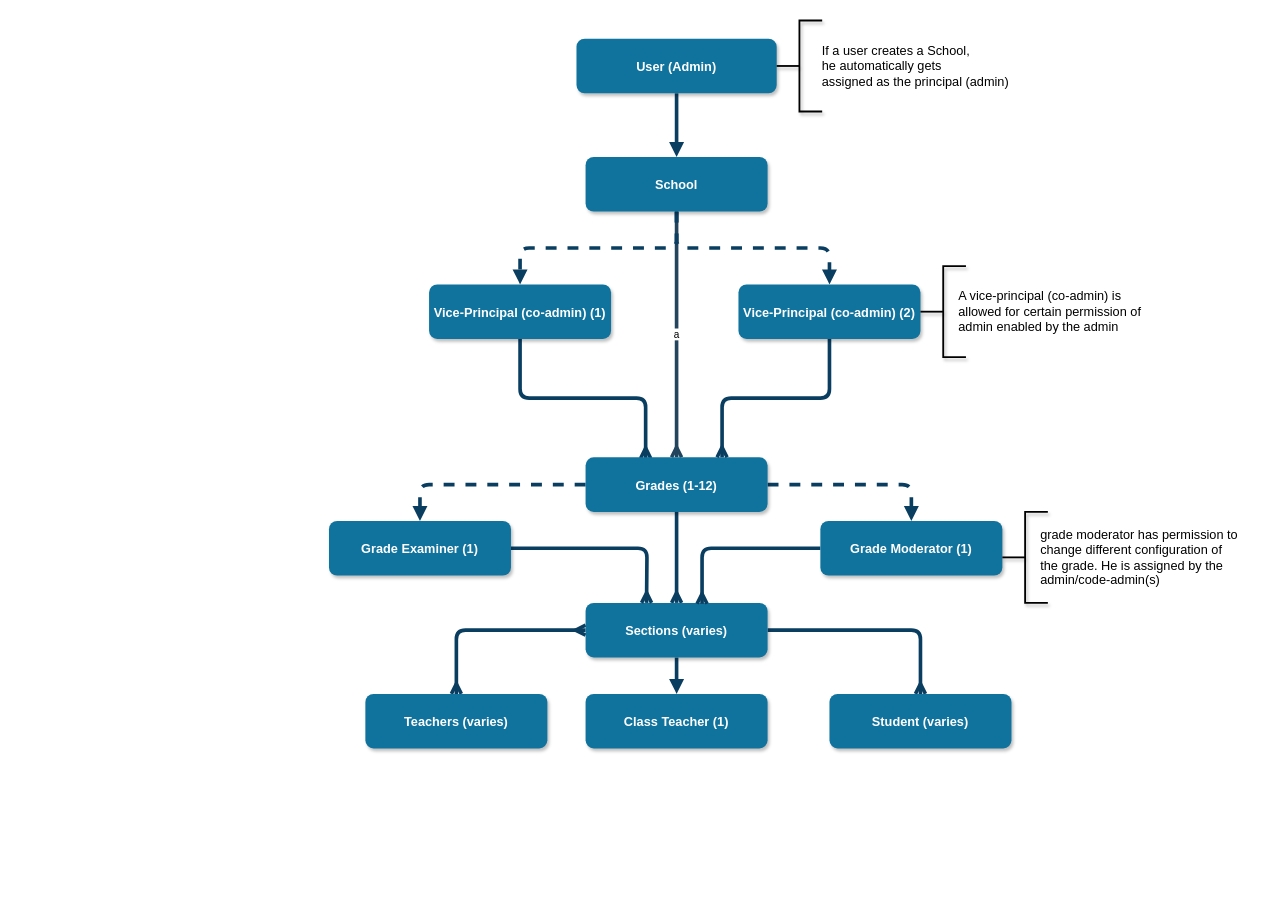
The draw.io diagram veschool-relation-flow.drawio in KRTirtho/veschool-diagrams, before the edit. Source tidied: cells renumbered, new cells numbered last; positions are measured from the earlier drawing's top-left corner, leaving out a move shared by most shapes. Both pictures are drawn from the tidied source at 91%, with x=0, y=0 at pixel (329, 20).
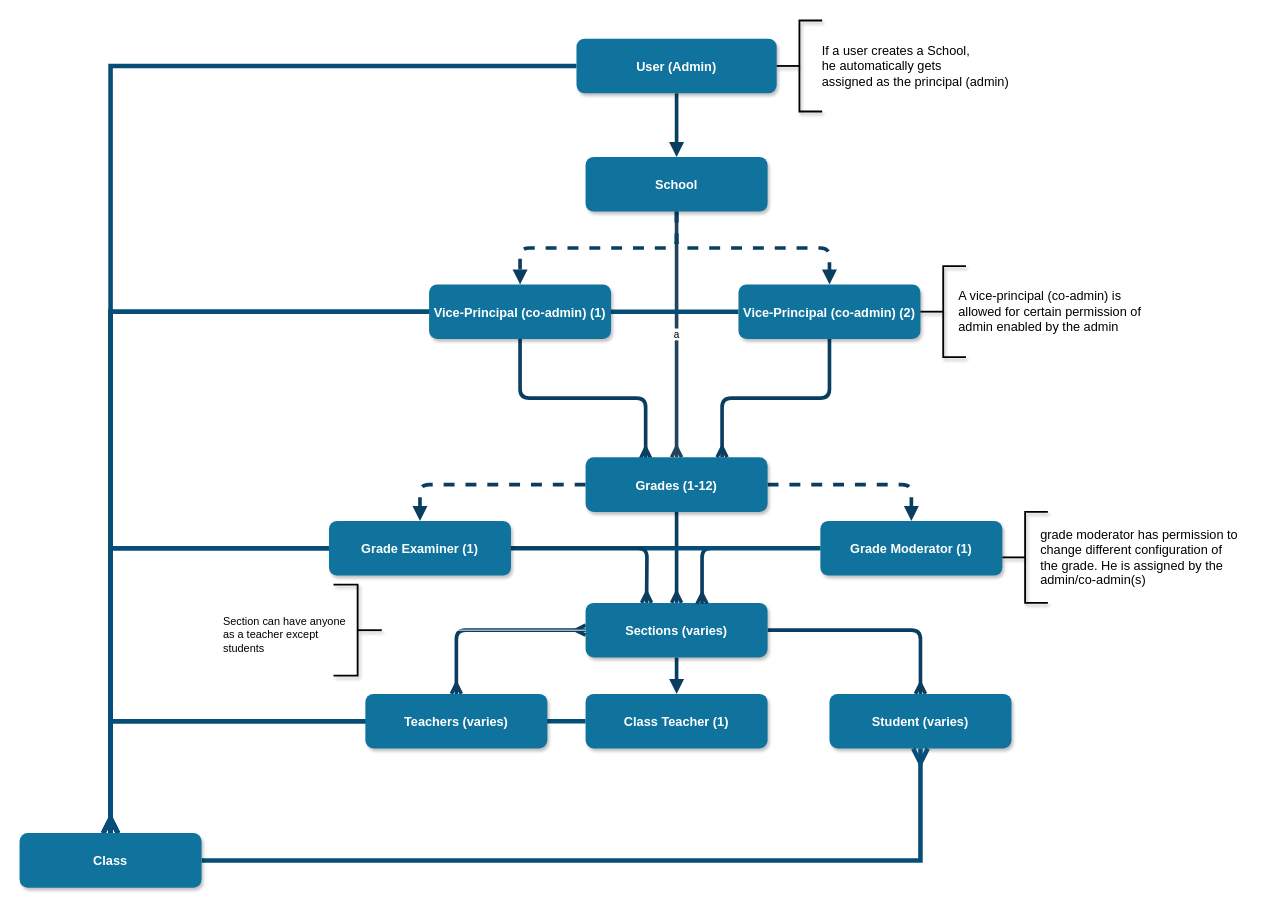
The same diagram, later.

Unchanged cells that the change refers to:
```xml
<mxCell id="7" value="User (Admin)" style="rounded=1;fillColor=#10739E;strokeColor=none;shadow=1;gradientColor=none;fontStyle=1;fontColor=#FFFFFF;fontSize=14;" parent="1" vertex="1">
  <mxGeometry x="272" y="20" width="220" height="60" as="geometry" />
</mxCell>
<mxCell id="17" value="Sections (varies)" style="rounded=1;fillColor=#10739E;strokeColor=none;shadow=1;gradientColor=none;fontStyle=1;fontColor=#FFFFFF;fontSize=14;" parent="1" vertex="1">
  <mxGeometry x="282" y="640" width="200" height="60" as="geometry" />
</mxCell>
<mxCell id="19" value="Grade Moderator (1)" style="rounded=1;fillColor=#10739E;strokeColor=none;shadow=1;gradientColor=none;fontStyle=1;fontColor=#FFFFFF;fontSize=14;" parent="1" vertex="1">
  <mxGeometry x="540" y="550" width="200" height="60" as="geometry" />
</mxCell>
<mxCell id="20" value="Class Teacher (1)" style="rounded=1;fillColor=#10739E;strokeColor=none;shadow=1;gradientColor=none;fontStyle=1;fontColor=#FFFFFF;fontSize=14;" parent="1" vertex="1">
  <mxGeometry x="282" y="740" width="200" height="60" as="geometry" />
</mxCell>
<mxCell id="21" value="Teachers (varies)" style="rounded=1;fillColor=#10739E;strokeColor=none;shadow=1;gradientColor=none;fontStyle=1;fontColor=#FFFFFF;fontSize=14;" parent="1" vertex="1">
  <mxGeometry x="40" y="740" width="200" height="60" as="geometry" />
</mxCell>
<mxCell id="22" value="Student (varies)" style="rounded=1;fillColor=#10739E;strokeColor=none;shadow=1;gradientColor=none;fontStyle=1;fontColor=#FFFFFF;fontSize=14;" parent="1" vertex="1">
  <mxGeometry x="550" y="740" width="200" height="60" as="geometry" />
</mxCell>
<mxCell id="24" value="Grade Examiner (1)" style="rounded=1;fillColor=#10739E;strokeColor=none;shadow=1;gradientColor=none;fontStyle=1;fontColor=#FFFFFF;fontSize=14;" parent="1" vertex="1">
  <mxGeometry y="550" width="200" height="60" as="geometry" />
</mxCell>
<mxCell id="26" value="Vice-Principal (co-admin) (2)" style="rounded=1;fillColor=#10739E;strokeColor=none;shadow=1;gradientColor=none;fontStyle=1;fontColor=#FFFFFF;fontSize=14;" parent="1" vertex="1">
  <mxGeometry x="450" y="290" width="200" height="60" as="geometry" />
</mxCell>
```

What changed in the source:
```diff
@@
-<mxGraphModel background="#ffffff">
+<mxGraphModel>
@@
+    <mxCell id="33" style="edgeStyle=orthogonalEdgeStyle;rounded=0;jettySize=auto;html=1;endArrow=ERmany;endFill=0;startSize=10;endSize=10;strokeColor=#064E78;strokeWidth=5;fillColor=#0050ef;" parent="1" edge="1" source="7" target="41">
+      <mxGeometry relative="1" as="geometry" />
+    </mxCell>
@@
-    <mxCell id="9" value="Vice-Principal (co-admin) (1)" style="rounded=1;fillColor=#10739E;strokeColor=none;shadow=1;gradientColor=none;fontStyle=1;fontColor=#FFFFFF;fontSize=14;" parent="1" vertex="1">
-      <mxGeometry x="110" y="290" width="200" height="60" as="geometry" />
-    </mxCell>
+    <mxCell id="34" style="edgeStyle=orthogonalEdgeStyle;rounded=0;jettySize=auto;html=1;entryX=0.5;entryY=0;entryDx=0;entryDy=0;endArrow=ERmany;endFill=0;startSize=10;endSize=10;strokeColor=#064E78;strokeWidth=5;fillColor=#0050ef;" parent="1" edge="1" source="9" target="41">
+      <mxGeometry relative="1" as="geometry" />
+    </mxCell>
@@
+    <mxCell id="35" style="edgeStyle=orthogonalEdgeStyle;rounded=0;jettySize=auto;html=1;entryX=0.5;entryY=0;entryDx=0;entryDy=0;endArrow=ERmany;endFill=0;startSize=10;endSize=10;strokeColor=#064E78;strokeWidth=5;fillColor=#0050ef;" parent="1" edge="1" source="19" target="41">
+      <mxGeometry relative="1" as="geometry" />
+    </mxCell>
@@
+    <mxCell id="36" style="edgeStyle=orthogonalEdgeStyle;rounded=0;jettySize=auto;html=1;entryX=0.5;entryY=0;entryDx=0;entryDy=0;endArrow=ERmany;endFill=0;startSize=10;endSize=10;strokeColor=#064E78;strokeWidth=5;fillColor=#0050ef;" parent="1" edge="1" source="20" target="41">
+      <mxGeometry relative="1" as="geometry" />
+    </mxCell>
@@
+    <mxCell id="37" style="edgeStyle=orthogonalEdgeStyle;rounded=0;jettySize=auto;html=1;entryX=0.5;entryY=0;entryDx=0;entryDy=0;endArrow=ERmany;endFill=0;startSize=10;endSize=10;strokeColor=#064E78;strokeWidth=5;fillColor=#0050ef;" parent="1" edge="1" source="21" target="41">
+      <mxGeometry relative="1" as="geometry" />
+    </mxCell>
@@
+    <mxCell id="38" style="edgeStyle=orthogonalEdgeStyle;rounded=0;jettySize=auto;html=1;fillColor=#0050ef;endArrow=ERmany;endFill=0;strokeWidth=5;endSize=10;startSize=10;strokeColor=#064E78;" parent="1" edge="1" source="24" target="41">
+      <mxGeometry relative="1" as="geometry" />
+    </mxCell>
@@
+    <mxCell id="39" style="edgeStyle=orthogonalEdgeStyle;rounded=0;jettySize=auto;html=1;entryX=0.5;entryY=0;entryDx=0;entryDy=0;endArrow=ERmany;endFill=0;startSize=10;endSize=10;strokeColor=#064E78;strokeWidth=5;fillColor=#0050ef;" parent="1" edge="1" source="26" target="41">
+      <mxGeometry relative="1" as="geometry" />
+    </mxCell>
@@
-    <mxCell id="28" value="&lt;font color=&quot;#000000&quot;&gt;If a user creates a School,&lt;br&gt;he automatically gets &lt;br&gt;assigned as the principal (admin)&lt;/font&gt;" style="text;html=1;align=left;verticalAlign=middle;strokeColor=none;fontSize=14;fontColor=#FFFFFF;" parent="1" vertex="1">
+    <mxCell id="28" value="&lt;font color=&quot;#000000&quot;&gt;If a user creates a School,&lt;br&gt;he automatically gets &lt;br&gt;assigned as the principal (admin)&lt;/font&gt;" style="text;html=1;align=left;verticalAlign=middle;fontSize=14;" parent="1" vertex="1">
       <mxGeometry x="540" y="20" width="220" height="60" as="geometry" />
     </mxCell>
@@
-    <mxCell id="31" value="&lt;font color=&quot;#000000&quot;&gt;grade moderator has permission to&lt;br&gt;change different configuration of&lt;br&gt;the grade. He is assigned by the&lt;br&gt;admin/code-admin(s)&lt;br&gt;&lt;/font&gt;" style="text;html=1;align=left;verticalAlign=middle;strokeColor=none;fontSize=14;fontColor=#FFFFFF;" parent="1" vertex="1">
-      <mxGeometry x="780" y="555" width="230" height="70" as="geometry" />
+    <mxCell id="31" value="&lt;font color=&quot;#000000&quot;&gt;grade moderator has permission to&lt;br&gt;change different configuration of&lt;br&gt;the grade. He is assigned by the&lt;br&gt;admin/co-admin(s)&lt;br&gt;&lt;/font&gt;" style="text;html=1;align=left;verticalAlign=middle;strokeColor=none;fontSize=14;fontColor=#FFFFFF;" parent="1" vertex="1">
+      <mxGeometry x="780" y="554" width="227" height="72" as="geometry" />
     </mxCell>
@@
+    <mxCell id="40" style="edgeStyle=orthogonalEdgeStyle;rounded=0;jettySize=auto;html=1;entryX=0.5;entryY=1;entryDx=0;entryDy=0;endArrow=ERmany;endFill=0;startSize=10;endSize=10;strokeColor=#064E78;strokeWidth=5;fillColor=#0050ef;" parent="1" edge="1" source="41" target="22">
+      <mxGeometry relative="1" as="geometry" />
+    </mxCell>
+    <mxCell id="41" value="Class" style="rounded=1;fillColor=#10739E;strokeColor=none;shadow=1;gradientColor=none;fontStyle=1;fontColor=#FFFFFF;fontSize=14;" parent="1" vertex="1">
+      <mxGeometry x="-340" y="893" width="200" height="60" as="geometry" />
+    </mxCell>
+    <mxCell id="9" value="Vice-Principal (co-admin) (1)" style="rounded=1;fillColor=#10739E;strokeColor=none;shadow=1;gradientColor=none;fontStyle=1;fontColor=#FFFFFF;fontSize=14;" parent="1" vertex="1">
+      <mxGeometry x="110" y="290" width="200" height="60" as="geometry" />
+    </mxCell>
+    <mxCell id="42" style="edgeStyle=orthogonalEdgeStyle;rounded=0;jettySize=auto;html=1;entryX=0;entryY=0.5;entryDx=0;entryDy=0;endArrow=none;endFill=0;startSize=10;endSize=10;strokeWidth=1;fillColor=#0050ef;strokeColor=#FFFFFF;" parent="1" edge="1" source="43" target="17">
+      <mxGeometry relative="1" as="geometry" />
+    </mxCell>
+    <mxCell id="43" style="strokeWidth=2;html=1;shape=mxgraph.flowchart.annotation_2;align=left;labelPosition=right;rounded=1;shadow=1;fontSize=14;fontColor=#FFFFFF;fillColor=#10739E;flipH=1;" parent="1" vertex="1">
+      <mxGeometry x="5" y="620" width="53" height="100" as="geometry" />
+    </mxCell>
+    <mxCell id="44" value="&lt;font color=&quot;#000000&quot;&gt;Section can have anyone as a teacher except students&lt;/font&gt;" style="text;html=1;strokeColor=none;fillColor=none;align=left;verticalAlign=middle;whiteSpace=wrap;rounded=0;" parent="1" vertex="1">
+      <mxGeometry x="-118" y="640" width="142" height="69" as="geometry" />
+    </mxCell>
```
